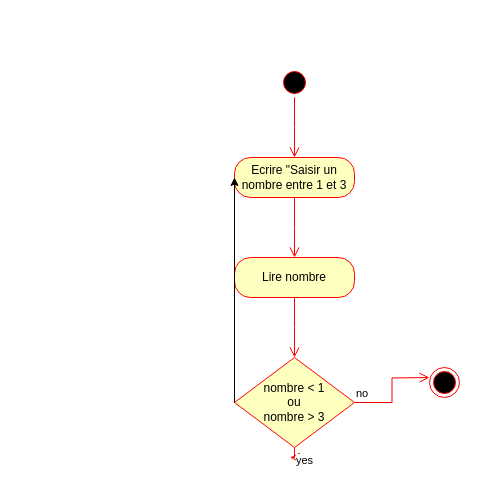
Earlier version of the draw.io diagram Exercices/exerciceBoucle1.drawio (EddieNamite/ABCDEV_2306_TE). Source tidied: cells renumbered, new cells numbered last; positions are measured from the earlier drawing's top-left corner, leaving out a move shared by most shapes. Both pictures are drawn from the tidied source at 100%, with x=0, y=0 at pixel (234, 67).
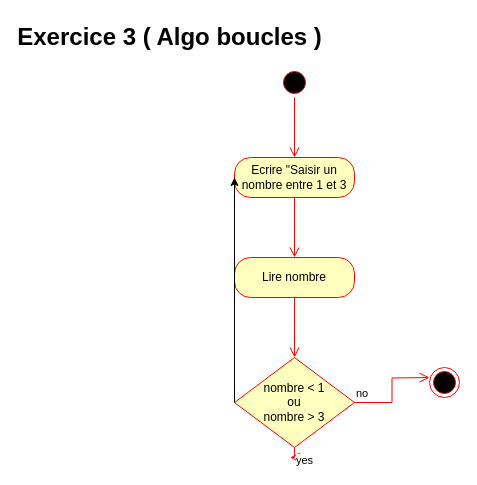
Above is the later version.

The edit, as a diff of the source:
```diff
@@
 <mxGraphModel>
   <root>
     <mxCell id="0" />
     <mxCell id="1" parent="0" />
     <mxCell id="2" style="ellipse;html=1;shape=startState;fillColor=#000000;strokeColor=#ff0000;" parent="1" vertex="1">
       <mxGeometry x="45" width="30" height="30" as="geometry" />
     </mxCell>
     <mxCell id="3" style="edgeStyle=orthogonalEdgeStyle;html=1;verticalAlign=bottom;endArrow=open;endSize=8;strokeColor=#ff0000;rounded=0;" parent="1" edge="1" source="2">
       <mxGeometry relative="1" as="geometry">
         <mxPoint x="60" y="90" as="targetPoint" />
       </mxGeometry>
     </mxCell>
     <mxCell id="4" value="Ecrire &quot;Saisir un nombre entre 1 et 3" style="rounded=1;whiteSpace=wrap;html=1;arcSize=40;fontColor=#000000;fillColor=#ffffc0;strokeColor=#ff0000;" parent="1" vertex="1">
       <mxGeometry y="90" width="120" height="40" as="geometry" />
     </mxCell>
     <mxCell id="5" style="edgeStyle=orthogonalEdgeStyle;html=1;verticalAlign=bottom;endArrow=open;endSize=8;strokeColor=#ff0000;rounded=0;" parent="1" edge="1" source="4">
       <mxGeometry relative="1" as="geometry">
         <mxPoint x="60" y="190" as="targetPoint" />
       </mxGeometry>
     </mxCell>
     <mxCell id="6" value="Lire nombre" style="rounded=1;whiteSpace=wrap;html=1;arcSize=40;fontColor=#000000;fillColor=#ffffc0;strokeColor=#ff0000;" parent="1" vertex="1">
       <mxGeometry y="190" width="120" height="40" as="geometry" />
     </mxCell>
     <mxCell id="7" style="edgeStyle=orthogonalEdgeStyle;html=1;verticalAlign=bottom;endArrow=open;endSize=8;strokeColor=#ff0000;rounded=0;" parent="1" edge="1" source="6">
       <mxGeometry relative="1" as="geometry">
         <mxPoint x="60" y="290" as="targetPoint" />
       </mxGeometry>
     </mxCell>
     <mxCell id="8" value="nombre &amp;lt; 1&lt;br&gt;ou&lt;br&gt;nombre &amp;gt; 3" style="rhombus;whiteSpace=wrap;html=1;fontColor=#000000;fillColor=#ffffc0;strokeColor=#ff0000;" parent="1" vertex="1">
       <mxGeometry y="290" width="120" height="90" as="geometry" />
     </mxCell>
     <mxCell id="9" value="no" style="edgeStyle=orthogonalEdgeStyle;html=1;align=left;verticalAlign=bottom;endArrow=open;endSize=8;strokeColor=#ff0000;rounded=0;" parent="1" edge="1" source="8">
       <mxGeometry x="-1" relative="1" as="geometry">
         <mxPoint x="195" y="310" as="targetPoint" />
       </mxGeometry>
     </mxCell>
     <mxCell id="10" value="yes" style="edgeStyle=orthogonalEdgeStyle;html=1;align=left;verticalAlign=top;endArrow=open;endSize=8;strokeColor=#ff0000;rounded=0;" parent="1" edge="1" source="8">
       <mxGeometry x="-1" relative="1" as="geometry">
         <mxPoint x="55" y="390" as="targetPoint" />
       </mxGeometry>
     </mxCell>
     <mxCell id="11" style="ellipse;html=1;shape=endState;fillColor=#000000;strokeColor=#ff0000;" parent="1" vertex="1">
       <mxGeometry x="195" y="300" width="30" height="30" as="geometry" />
     </mxCell>
     <mxCell id="12" style="endArrow=classic;html=1;rounded=0;exitX=0;exitY=0.5;exitDx=0;exitDy=0;entryX=0;entryY=0.5;entryDx=0;entryDy=0;" parent="1" edge="1" source="8" target="4">
       <mxGeometry relative="1" as="geometry" />
     </mxCell>
+    <mxCell id="13" value="Exercice 3 ( Algo boucles )" style="text;strokeColor=none;fillColor=none;html=1;fontSize=24;fontStyle=1;verticalAlign=middle;align=center;" parent="1" vertex="1">
+      <mxGeometry x="-115" y="-50" width="100" height="40" as="geometry" />
+    </mxCell>
   </root>
 </mxGraphModel>
```
